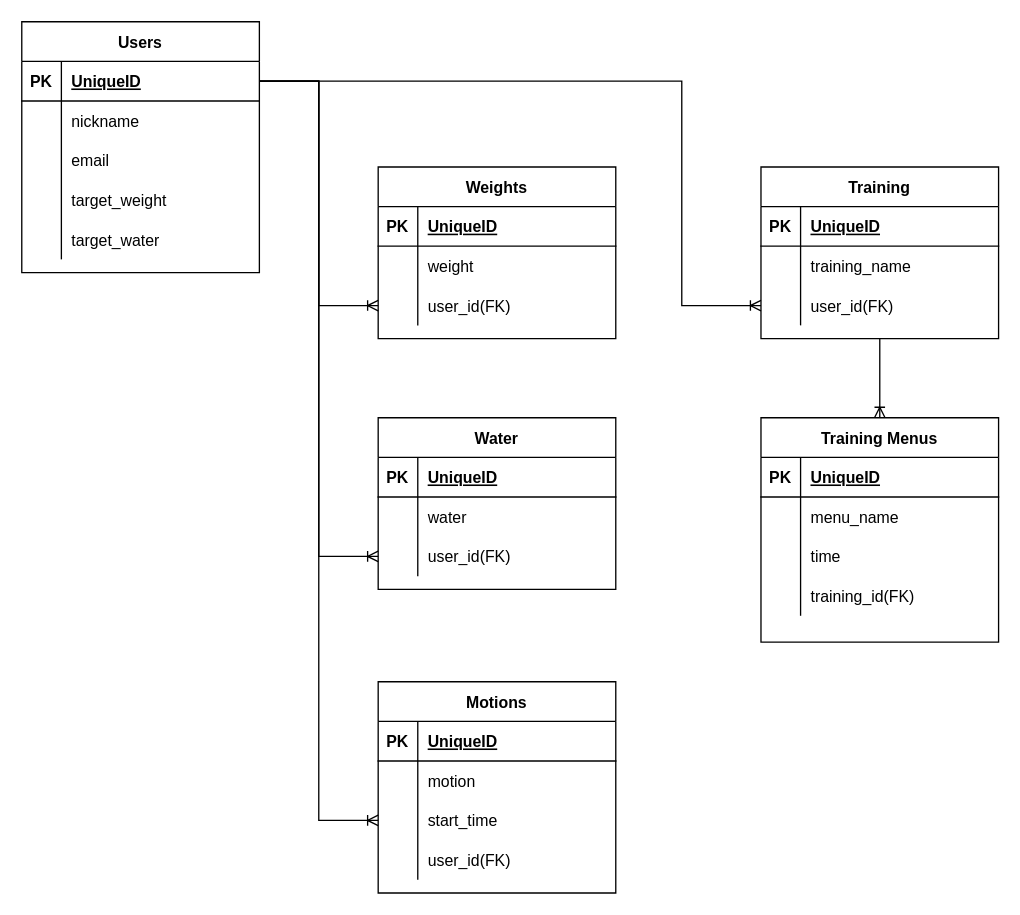
yukarikariri/dropweight keeps this draw.io diagram as dropweight.dio. Above is the earlier version. Source tidied: cells renumbered, new cells numbered last; positions are measured from the earlier drawing's top-left corner, leaving out a move shared by most shapes. Both pictures are drawn from the tidied source at 132%, with x=0, y=0 at pixel (21, 21).
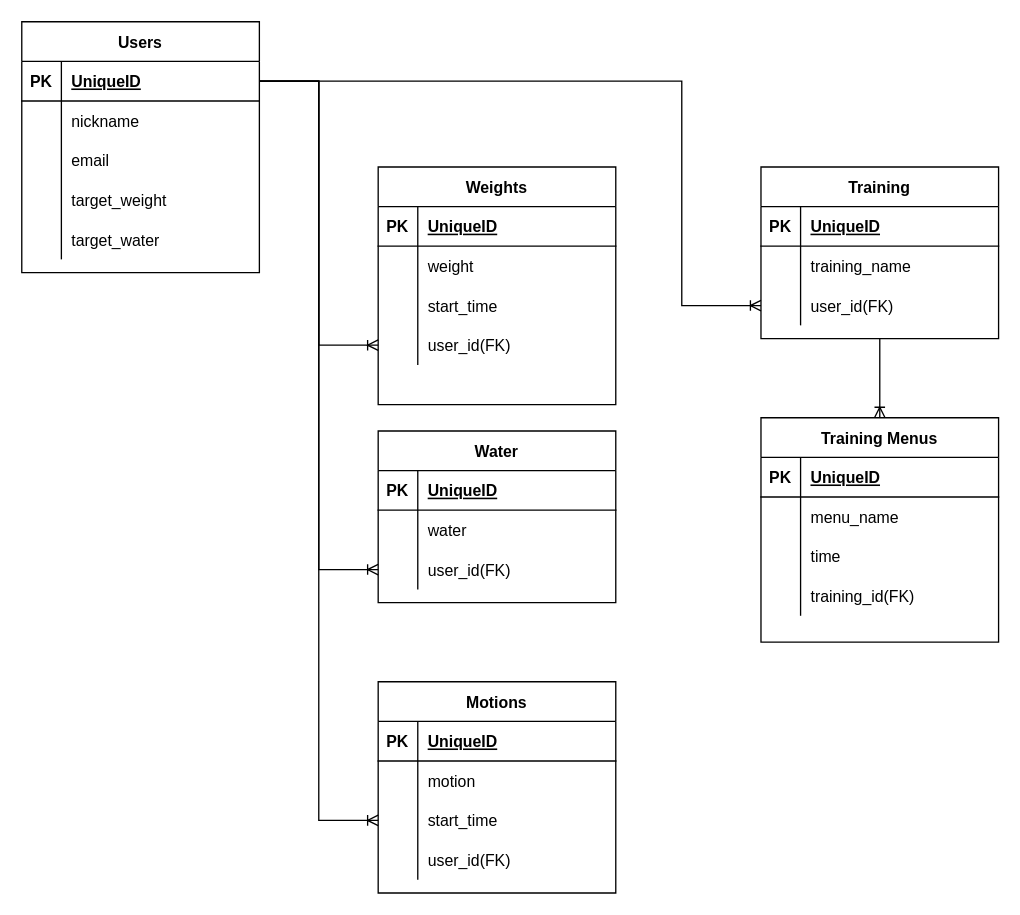
After the change.

What changed in the source:
```diff
@@
     <mxCell id="18" value="Weights" style="shape=table;startSize=30;childLayout=tableLayout;rowLines=0;fontStyle=1;align=center;" parent="1" vertex="1">
-      <mxGeometry x="270" y="110" width="180" height="130" as="geometry" />
+      <mxGeometry x="270" y="110" width="180" height="180" as="geometry" />
     </mxCell>
@@
+    <mxCell id="79" style="shape=partialRectangle;fillColor=none;top=0;left=0;bottom=0;right=0;" parent="18" vertex="1">
+      <mxGeometry y="90" width="180" height="30" as="geometry" />
+    </mxCell>
+    <mxCell id="80" style="shape=partialRectangle;fillColor=none;top=0;left=0;bottom=0;right=0;overflow=hidden;" parent="79" vertex="1">
+      <mxGeometry width="30" height="30" as="geometry" />
+    </mxCell>
+    <mxCell id="81" value="start_time" style="shape=partialRectangle;fillColor=none;top=0;left=0;bottom=0;right=0;align=left;spacingLeft=6;overflow=hidden;" parent="79" vertex="1">
+      <mxGeometry x="30" width="150" height="30" as="geometry" />
+    </mxCell>
     <mxCell id="25" style="shape=partialRectangle;fillColor=none;top=0;left=0;bottom=0;right=0;points=[[0,0.5],[1,0.5]];portConstraint=eastwest;" parent="18" vertex="1">
-      <mxGeometry y="90" width="180" height="30" as="geometry" />
+      <mxGeometry y="120" width="180" height="30" as="geometry" />
     </mxCell>
@@
     <mxCell id="28" value="Water" style="shape=table;startSize=30;childLayout=tableLayout;rowLines=0;fontStyle=1;align=center;" parent="1" vertex="1">
-      <mxGeometry x="270" y="300" width="180" height="130" as="geometry" />
+      <mxGeometry x="270" y="310" width="180" height="130" as="geometry" />
     </mxCell>
```
